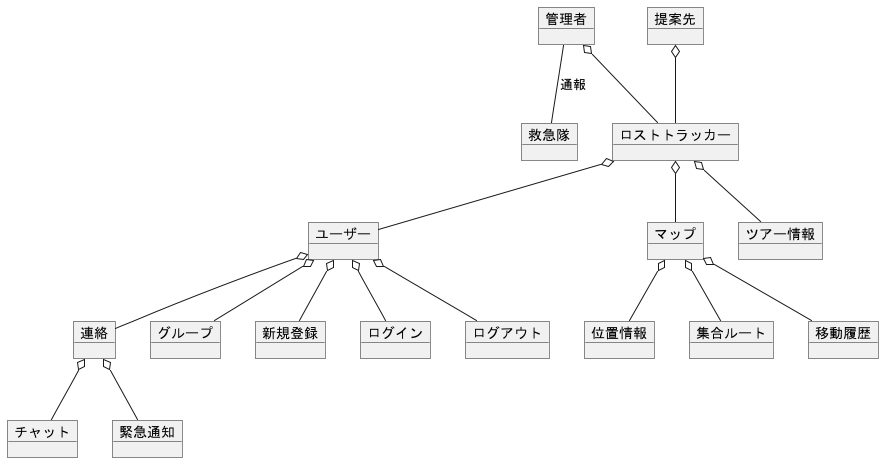
This is out/F_dmainModel/ドメインモデル３.png from ksw2270227/GroupF, a PlantUML export, as it was before one commit.
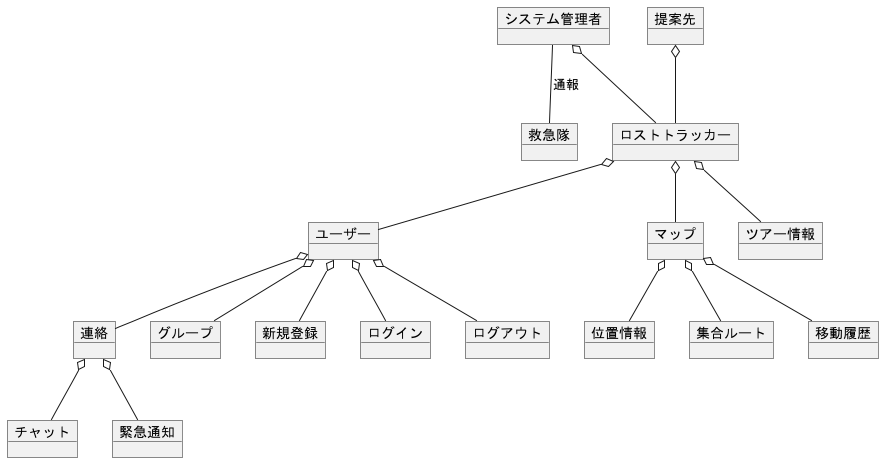
After the change.

Diff of the diagram source:
```diff
@@ -2,7 +2,7 @@
 
 object 救急隊
 object ロストトラッカー
-object 管理者
+object システム管理者
 object ユーザー
 object 提案先
 
@@ -22,9 +22,9 @@
 object 移動履歴
 
 
-管理者 -- 救急隊 : 通報
+システム管理者 -- 救急隊 : 通報
 提案先 o-- ロストトラッカー
-管理者 o-- ロストトラッカー
+システム管理者 o-- ロストトラッカー
 ロストトラッカー o-- ユーザー
 
 ユーザー o-- 連絡
```
